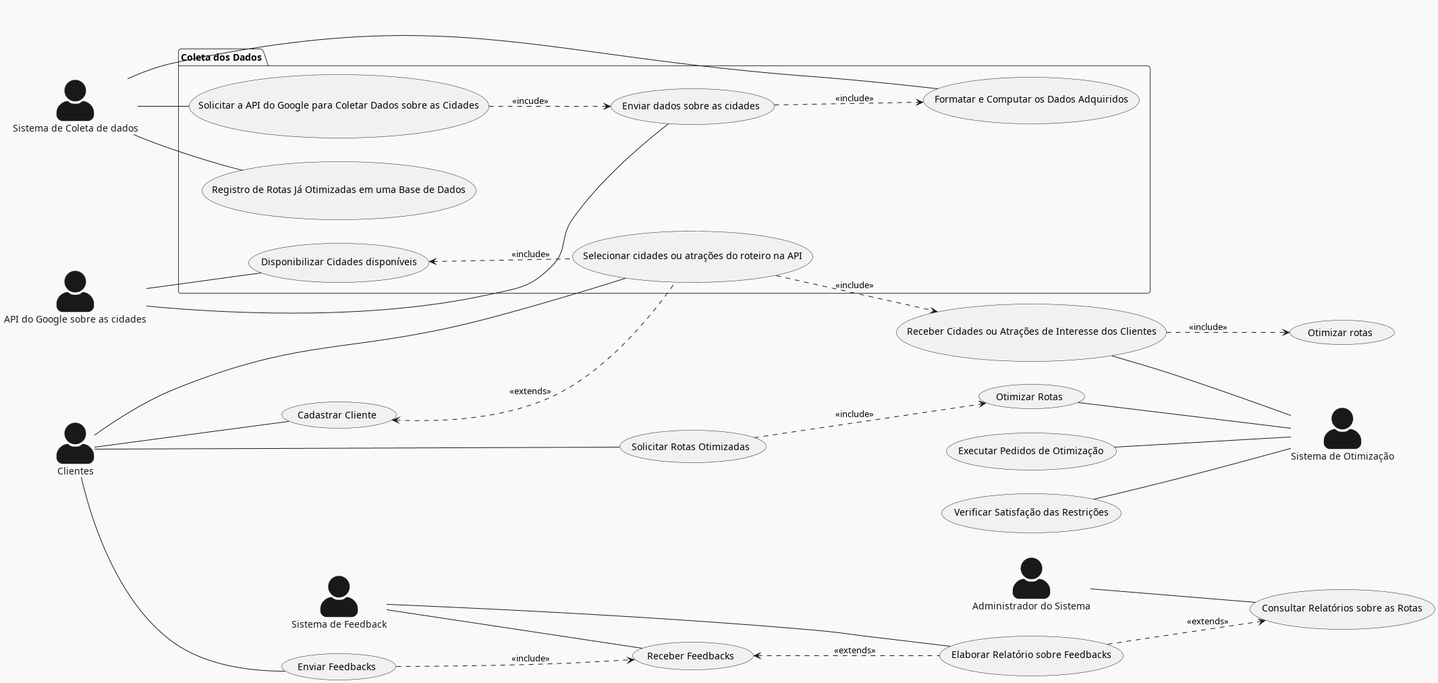
Before: Relatório/Semana-1/Diagramas/DCU.png, a diagram exported from PlantUML (pedrodilallo/site_turismo_SIG).
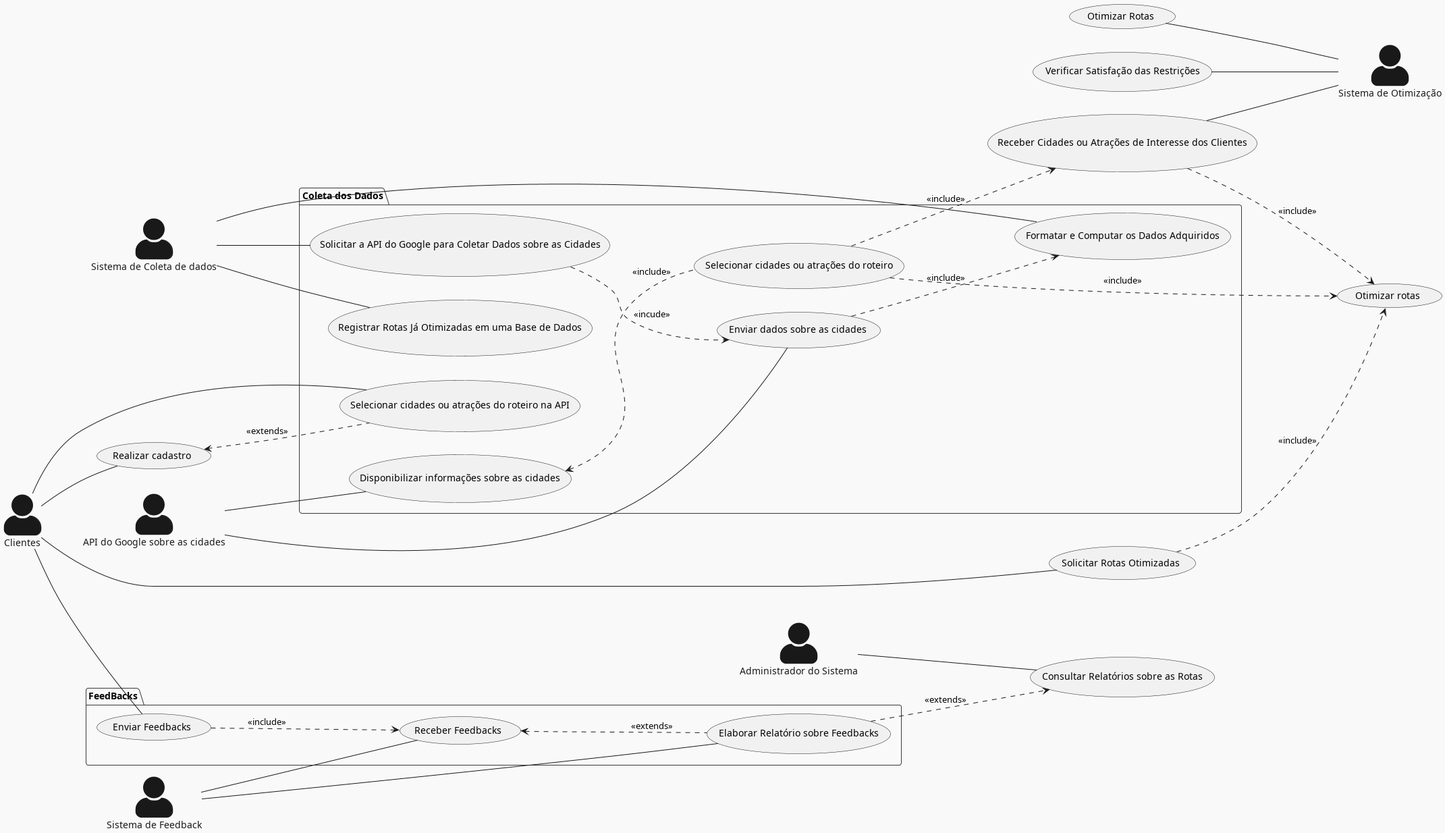
The same file after the commit.

Commit message:
Mais correções DCU

Diff of the diagram source:
```diff
@@ -14,47 +14,53 @@
 cliente -- (Selecionar cidades ou atrações do roteiro na API)
 
 coletador -- (Solicitar a API do Google para Coletar Dados sobre as Cidades)
-coletador -- (Registro de Rotas Já Otimizadas em uma Base de Dados)
+coletador -- (Registrar Rotas Já Otimizadas em uma Base de Dados)
 coletador -- (Formatar e Computar os Dados Adquiridos)
 API -- (Enviar dados sobre as cidades)
-API -- (Disponibilizar Cidades disponíveis)
-(Disponibilizar Cidades disponíveis) <.. (Selecionar cidades ou atrações do roteiro na API) : <<include>>
+API -- (Disponibilizar informações sobre as cidades)
+(Disponibilizar informações sobre as cidades) <.. (Selecionar cidades ou atrações do roteiro) : <<include>>
 
 
 }
 
 
-cliente -- (Cadastrar Cliente)
-cliente -- (Enviar Feedbacks)
+cliente -- (Realizar cadastro)
 cliente -- (Solicitar Rotas Otimizadas)
 
-feedback -- (Receber Feedbacks)
-feedback -- (Elaborar Relatório sobre Feedbacks)
 
 
 sys_admin -- (Consultar Relatórios sobre as Rotas)
 
 (Receber Cidades ou Atrações de Interesse dos Clientes) -- otimizador
 (Otimizar Rotas) -- otimizador
-(Executar Pedidos de Otimização) -- otimizador
 (Verificar Satisfação das Restrições) -- otimizador
-(Solicitar Rotas Otimizadas) ..> (Otimizar Rotas) : <<include>>
+(Solicitar Rotas Otimizadas) ..> (Otimizar rotas) : <<include>>
 
 
 
-(Enviar Feedbacks) ..> (Receber Feedbacks) : <<include>>
-(Receber Feedbacks) <.. (Elaborar Relatório sobre Feedbacks) : <<extends>>
-
-(Elaborar Relatório sobre Feedbacks) ..> (Consultar Relatórios sobre as Rotas) : <<extends>>
-(Cadastrar Cliente) <.. (Selecionar cidades ou atrações do roteiro na API) : <<extends>>
+(Realizar cadastro) <.. (Selecionar cidades ou atrações do roteiro na API) : <<extends>>
 
 (Enviar dados sobre as cidades) ..> (Formatar e Computar os Dados Adquiridos) : <<include>>
-(Selecionar cidades ou atrações do roteiro na API) ..>  (Receber Cidades ou Atrações de Interesse dos Clientes) : <<include>>
+(Selecionar cidades ou atrações do roteiro) ..>  (Receber Cidades ou Atrações de Interesse dos Clientes) : <<include>>
+
+(Selecionar cidades ou atrações do roteiro) ..> (Otimizar rotas): <<include>>
 
 (Receber Cidades ou Atrações de Interesse dos Clientes) ..> (Otimizar rotas): <<include>>
 
 (Solicitar a API do Google para Coletar Dados sobre as Cidades) ..> (Enviar dados sobre as cidades) : <<incude>>
 
+package "FeedBacks"{
+
+(Enviar Feedbacks) ..> (Receber Feedbacks) : <<include>>
+(Receber Feedbacks) <.. (Elaborar Relatório sobre Feedbacks) : <<extends>>
+(Elaborar Relatório sobre Feedbacks) ..> (Consultar Relatórios sobre as Rotas) : <<extends>>
+cliente -- (Enviar Feedbacks)
+feedback -- (Receber Feedbacks)
+feedback -- (Elaborar Relatório sobre Feedbacks)
+
+
+
+}
 
 
 
```
